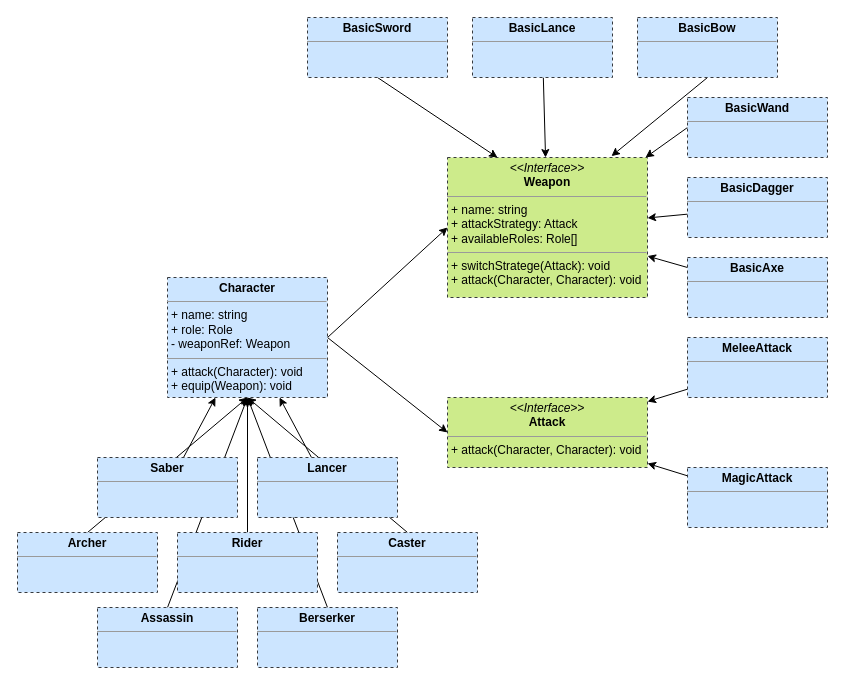
The draw.io diagram strategy_pattern_self_practice/simpleRPG.drawio in zeroLR/typescript-practice, before the edit. Source tidied: cells renumbered, new cells numbered last; positions are measured from the earlier drawing's top-left corner, leaving out a move shared by most shapes. Both pictures are drawn from the tidied source at 100%, with x=0, y=0 at pixel (17, 17).
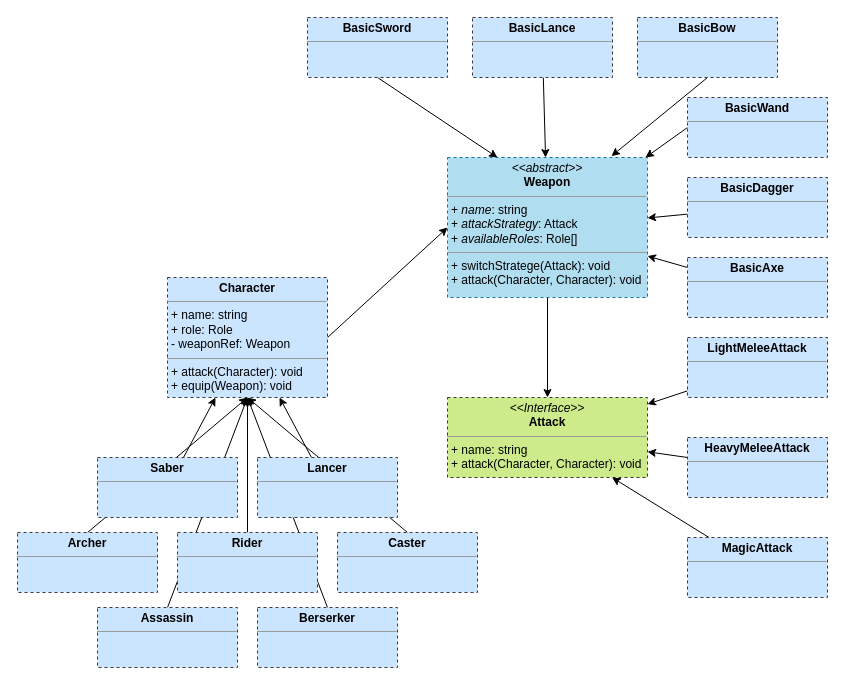
After the change.

Unchanged cells that the change refers to:
```xml
<mxCell id="4" value="&lt;p style=&quot;margin: 0px ; margin-top: 4px ; text-align: center&quot;&gt;&lt;b&gt;Character&lt;/b&gt;&lt;/p&gt;&lt;hr size=&quot;1&quot;&gt;&lt;p style=&quot;margin: 0px ; margin-left: 4px&quot;&gt;+ name: string&lt;/p&gt;&lt;p style=&quot;margin: 0px ; margin-left: 4px&quot;&gt;+ role: Role&lt;br&gt;- weaponRef: Weapon&lt;/p&gt;&lt;hr size=&quot;1&quot;&gt;&lt;p style=&quot;margin: 0px ; margin-left: 4px&quot;&gt;+ attack(Character): void&lt;/p&gt;&lt;p style=&quot;margin: 0px ; margin-left: 4px&quot;&gt;+ equip(Weapon): void&lt;/p&gt;" style="verticalAlign=top;align=left;overflow=fill;fontSize=12;fontFamily=Helvetica;html=1;rounded=0;shadow=0;glass=0;dashed=1;sketch=0;strokeWidth=1;fillColor=#cce5ff;strokeColor=#36393d;" parent="1" vertex="1">
  <mxGeometry x="150" y="260" width="160" height="120" as="geometry" />
</mxCell>
```

The edit, as a diff of the source:
```diff
@@
-    <mxCell id="2" style="edgeStyle=none;html=1;exitX=1;exitY=0.5;exitDx=0;exitDy=0;entryX=0;entryY=0.5;entryDx=0;entryDy=0;" parent="1" edge="1" source="4" target="6">
-      <mxGeometry relative="1" as="geometry" />
-    </mxCell>
@@
+    <mxCell id="37" style="edgeStyle=none;html=1;" parent="1" edge="1" source="5" target="6">
+      <mxGeometry relative="1" as="geometry" />
+    </mxCell>
-    <mxCell id="5" value="&lt;p style=&quot;margin: 0px ; margin-top: 4px ; text-align: center&quot;&gt;&lt;i&gt;&amp;lt;&amp;lt;Interface&amp;gt;&amp;gt;&lt;/i&gt;&lt;br&gt;&lt;b&gt;Weapon&lt;/b&gt;&lt;/p&gt;&lt;hr size=&quot;1&quot;&gt;&lt;p style=&quot;margin: 0px ; margin-left: 4px&quot;&gt;+ name: string&lt;br&gt;+ attackStrategy: Attack&lt;/p&gt;&lt;p style=&quot;margin: 0px ; margin-left: 4px&quot;&gt;+ availableRoles: Role[]&lt;/p&gt;&lt;hr size=&quot;1&quot;&gt;&lt;p style=&quot;margin: 0px ; margin-left: 4px&quot;&gt;+ switchStratege(Attack): void&lt;br&gt;+ attack(Character, Character): void&lt;/p&gt;" style="verticalAlign=top;align=left;overflow=fill;fontSize=12;fontFamily=Helvetica;html=1;rounded=0;shadow=0;glass=0;dashed=1;sketch=0;strokeWidth=1;fillColor=#cdeb8b;strokeColor=#36393d;" parent="1" vertex="1">
+    <mxCell id="5" value="&lt;p style=&quot;margin: 0px ; margin-top: 4px ; text-align: center&quot;&gt;&lt;i&gt;&amp;lt;&amp;lt;abstract&amp;gt;&amp;gt;&lt;/i&gt;&lt;br&gt;&lt;b&gt;Weapon&lt;/b&gt;&lt;/p&gt;&lt;hr size=&quot;1&quot;&gt;&lt;p style=&quot;margin: 0px ; margin-left: 4px&quot;&gt;+ &lt;i&gt;name&lt;/i&gt;: string&lt;br&gt;+ &lt;i&gt;attackStrategy&lt;/i&gt;: Attack&lt;/p&gt;&lt;p style=&quot;margin: 0px ; margin-left: 4px&quot;&gt;+ &lt;i&gt;availableRoles&lt;/i&gt;: Role[]&lt;/p&gt;&lt;hr size=&quot;1&quot;&gt;&lt;p style=&quot;margin: 0px ; margin-left: 4px&quot;&gt;+ switchStratege(Attack): void&lt;br&gt;+ attack(Character, Character): void&lt;/p&gt;" style="verticalAlign=top;align=left;overflow=fill;fontSize=12;fontFamily=Helvetica;html=1;rounded=0;shadow=0;glass=0;dashed=1;sketch=0;strokeWidth=1;fillColor=#b1ddf0;strokeColor=#10739e;" parent="1" vertex="1">
       <mxGeometry x="430" y="140" width="200" height="140" as="geometry" />
     </mxCell>
-    <mxCell id="6" value="&lt;p style=&quot;margin: 0px ; margin-top: 4px ; text-align: center&quot;&gt;&lt;i&gt;&amp;lt;&amp;lt;Interface&amp;gt;&amp;gt;&lt;/i&gt;&lt;br&gt;&lt;b&gt;Attack&lt;/b&gt;&lt;/p&gt;&lt;hr size=&quot;1&quot;&gt;&lt;p style=&quot;margin: 0px ; margin-left: 4px&quot;&gt;+ attack(Character, Character): void&lt;/p&gt;" style="verticalAlign=top;align=left;overflow=fill;fontSize=12;fontFamily=Helvetica;html=1;rounded=0;shadow=0;glass=0;dashed=1;sketch=0;strokeWidth=1;fillColor=#cdeb8b;strokeColor=#36393d;" parent="1" vertex="1">
-      <mxGeometry x="430" y="380" width="200" height="70" as="geometry" />
+    <mxCell id="6" value="&lt;p style=&quot;margin: 0px ; margin-top: 4px ; text-align: center&quot;&gt;&lt;i&gt;&amp;lt;&amp;lt;Interface&amp;gt;&amp;gt;&lt;/i&gt;&lt;br&gt;&lt;b&gt;Attack&lt;/b&gt;&lt;/p&gt;&lt;hr size=&quot;1&quot;&gt;&lt;p style=&quot;margin: 0px ; margin-left: 4px&quot;&gt;+ name: string&lt;br&gt;+ attack(Character, Character): void&lt;/p&gt;" style="verticalAlign=top;align=left;overflow=fill;fontSize=12;fontFamily=Helvetica;html=1;rounded=0;shadow=0;glass=0;dashed=1;sketch=0;strokeWidth=1;fillColor=#cdeb8b;strokeColor=#36393d;" parent="1" vertex="1">
+      <mxGeometry x="430" y="380" width="200" height="80" as="geometry" />
     </mxCell>
@@
-    <mxCell id="34" value="&lt;p style=&quot;margin: 0px ; margin-top: 4px ; text-align: center&quot;&gt;&lt;b&gt;MeleeAttack&lt;/b&gt;&lt;/p&gt;&lt;hr size=&quot;1&quot;&gt;&lt;div style=&quot;height: 2px&quot;&gt;&lt;/div&gt;" style="verticalAlign=top;align=left;overflow=fill;fontSize=12;fontFamily=Helvetica;html=1;rounded=0;shadow=0;glass=0;dashed=1;sketch=0;strokeWidth=1;fillColor=#cce5ff;strokeColor=#36393d;" parent="1" vertex="1">
+    <mxCell id="34" value="&lt;p style=&quot;margin: 0px ; margin-top: 4px ; text-align: center&quot;&gt;&lt;b&gt;LightMeleeAttack&lt;/b&gt;&lt;/p&gt;&lt;hr size=&quot;1&quot;&gt;&lt;div style=&quot;height: 2px&quot;&gt;&lt;/div&gt;" style="verticalAlign=top;align=left;overflow=fill;fontSize=12;fontFamily=Helvetica;html=1;rounded=0;shadow=0;glass=0;dashed=1;sketch=0;strokeWidth=1;fillColor=#cce5ff;strokeColor=#36393d;" parent="1" vertex="1">
       <mxGeometry x="670" y="320" width="140" height="60" as="geometry" />
     </mxCell>
@@
     <mxCell id="36" value="&lt;p style=&quot;margin: 0px ; margin-top: 4px ; text-align: center&quot;&gt;&lt;b&gt;MagicAttack&lt;/b&gt;&lt;/p&gt;&lt;hr size=&quot;1&quot;&gt;&lt;div style=&quot;height: 2px&quot;&gt;&lt;/div&gt;" style="verticalAlign=top;align=left;overflow=fill;fontSize=12;fontFamily=Helvetica;html=1;rounded=0;shadow=0;glass=0;dashed=1;sketch=0;strokeWidth=1;fillColor=#cce5ff;strokeColor=#36393d;" parent="1" vertex="1">
-      <mxGeometry x="670" y="450" width="140" height="60" as="geometry" />
+      <mxGeometry x="670" y="520" width="140" height="60" as="geometry" />
     </mxCell>
+    <mxCell id="38" style="edgeStyle=none;html=1;" parent="1" edge="1" source="39" target="6">
+      <mxGeometry relative="1" as="geometry" />
+    </mxCell>
+    <mxCell id="39" value="&lt;p style=&quot;margin: 0px ; margin-top: 4px ; text-align: center&quot;&gt;&lt;b&gt;HeavyMeleeAttack&lt;/b&gt;&lt;/p&gt;&lt;hr size=&quot;1&quot;&gt;&lt;div style=&quot;height: 2px&quot;&gt;&lt;/div&gt;" style="verticalAlign=top;align=left;overflow=fill;fontSize=12;fontFamily=Helvetica;html=1;rounded=0;shadow=0;glass=0;dashed=1;sketch=0;strokeWidth=1;fillColor=#cce5ff;strokeColor=#36393d;" parent="1" vertex="1">
+      <mxGeometry x="670" y="420" width="140" height="60" as="geometry" />
+    </mxCell>
```
